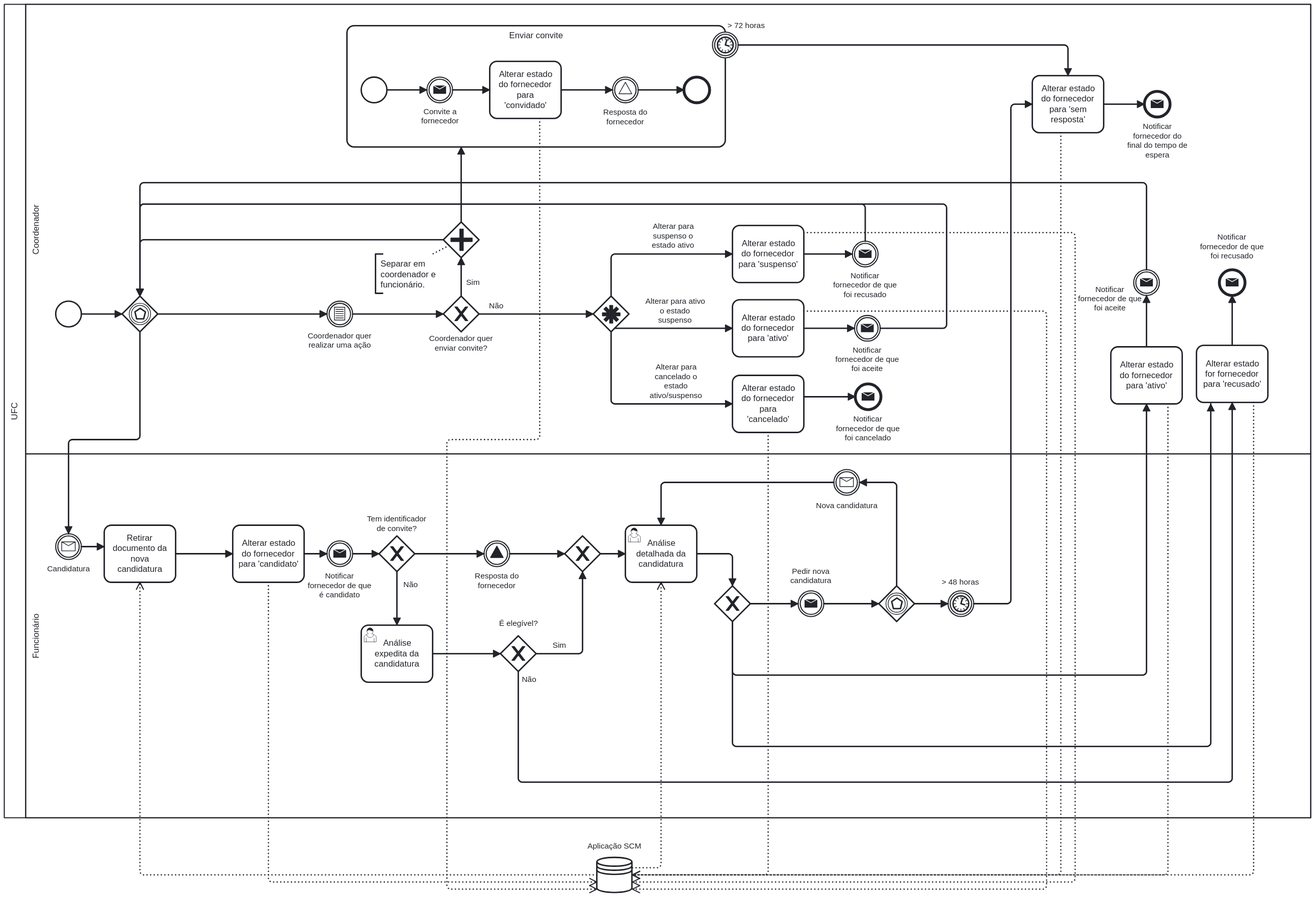
Above: reports/assets/p1.svg in iquelli/SuperShop-AMS (BPMN), before the change. Its source is kept beside it as models/P1.bpmn. Ids are renumbered.
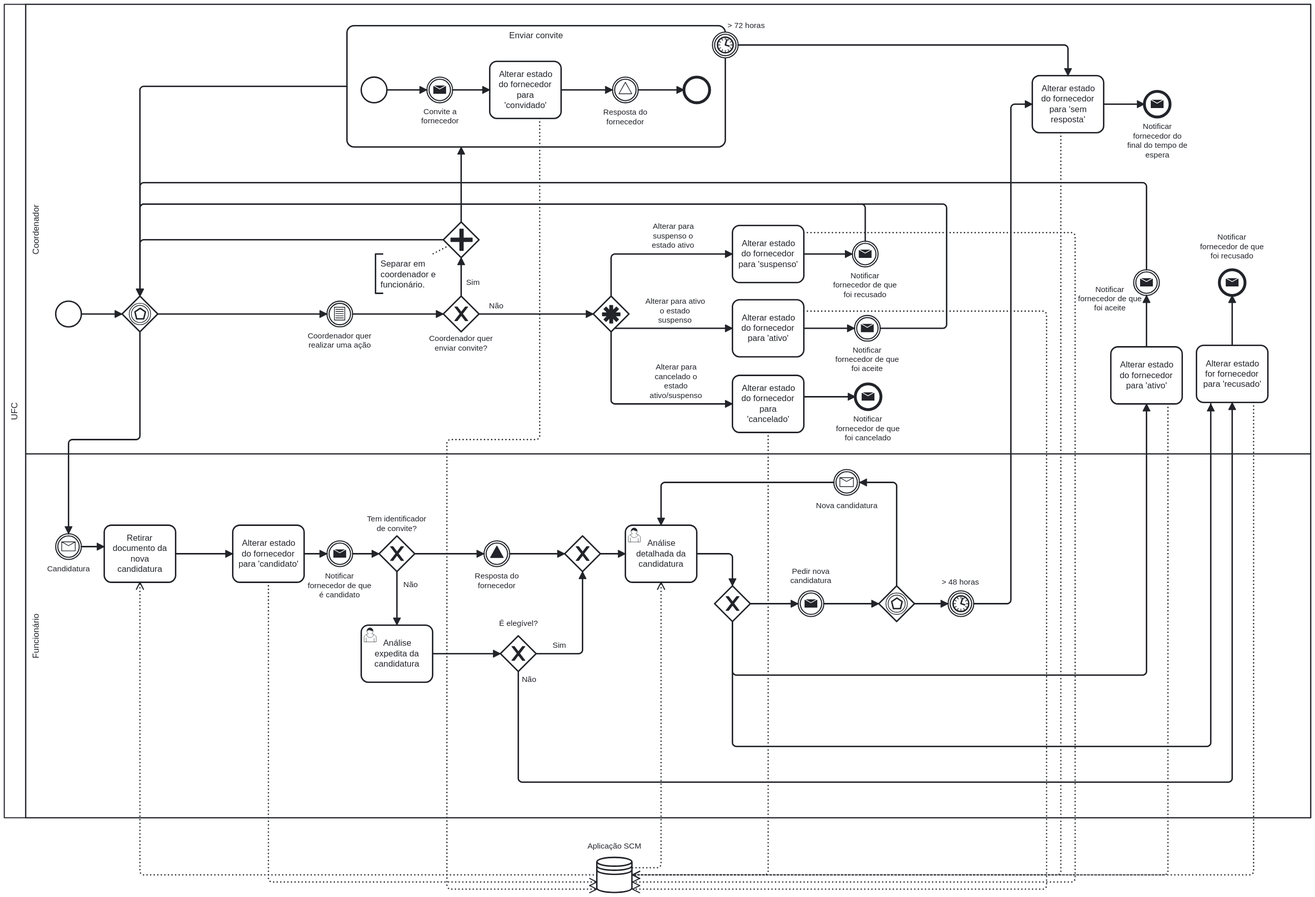
After the change.

Diff of the diagram source:
```diff
@@ -167,6 +167,7 @@
     </bpmn:task>
     <bpmn:subProcess id="Activity_n22" name="Enviar convite">
       <bpmn:incoming>Flow_n88</bpmn:incoming>
+      <bpmn:outgoing>Flow_n127</bpmn:outgoing>
       <bpmn:startEvent id="Event_n89">
         <bpmn:outgoing>Flow_n90</bpmn:outgoing>
       </bpmn:startEvent>
@@ -296,6 +297,7 @@
       <bpmn:incoming>Flow_n110</bpmn:incoming>
       <bpmn:incoming>Flow_n116</bpmn:incoming>
       <bpmn:incoming>Flow_n121</bpmn:incoming>
+      <bpmn:incoming>Flow_n127</bpmn:incoming>
       <bpmn:outgoing>Flow_n82</bpmn:outgoing>
       <bpmn:outgoing>Flow_n74</bpmn:outgoing>
     </bpmn:eventBasedGateway>
@@ -312,6 +314,7 @@
       <bpmn:outgoing>Flow_n113</bpmn:outgoing>
       <bpmn:outgoing>Flow_n52</bpmn:outgoing>
     </bpmn:exclusiveGateway>
+    <bpmn:sequenceFlow id="Flow_n127" sourceRef="Activity_n22" targetRef="Gateway_n25" />
     <bpmn:textAnnotation id="TextAnnotation_n122">
       <bpmn:text>Separar em coordenador e funcionário.</bpmn:text>
     </bpmn:textAnnotation>
@@ -331,10 +334,6 @@
         <dc:Bounds x="190" y="100" width="1800" height="630" />
         <bpmndi:BPMNLabel />
       </bpmndi:BPMNShape>
-      <bpmndi:BPMNShape id="TextAnnotation_n122_di" bpmnElement="TextAnnotation_n122">
-        <dc:Bounds x="680" y="450" width="100" height="55" />
-        <bpmndi:BPMNLabel />
-      </bpmndi:BPMNShape>
       <bpmndi:BPMNShape id="Gateway_n28_di" bpmnElement="Gateway_n28" isMarkerVisible="true">
         <dc:Bounds x="685" y="845" width="50" height="50" />
         <bpmndi:BPMNLabel>
@@ -534,10 +533,10 @@
           <dc:Bounds x="852.5" y="961" width="55" height="14" />
         </bpmndi:BPMNLabel>
       </bpmndi:BPMNShape>
-      <bpmndi:BPMNEdge id="Association_n123_di" bpmnElement="Association_n123">
-        <di:waypoint x="783" y="438" />
-        <di:waypoint x="760" y="450" />
-      </bpmndi:BPMNEdge>
+      <bpmndi:BPMNShape id="TextAnnotation_n122_di" bpmnElement="TextAnnotation_n122">
+        <dc:Bounds x="680" y="450" width="100" height="55" />
+        <bpmndi:BPMNLabel />
+      </bpmndi:BPMNShape>
       <bpmndi:BPMNShape id="Event_0krmzdb_di" bpmnElement="Event_n23">
         <dc:Bounds x="1152" y="139" width="36" height="36" />
         <bpmndi:BPMNLabel>
@@ -757,6 +756,15 @@
           <dc:Bounds x="928" y="992" width="19" height="14" />
         </bpmndi:BPMNLabel>
       </bpmndi:BPMNEdge>
+      <bpmndi:BPMNEdge id="Association_n123_di" bpmnElement="Association_n123">
+        <di:waypoint x="783" y="438" />
+        <di:waypoint x="760" y="450" />
+      </bpmndi:BPMNEdge>
+      <bpmndi:BPMNEdge id="Flow_n127_di" bpmnElement="Flow_n127">
+        <di:waypoint x="640" y="215" />
+        <di:waypoint x="350" y="215" />
+        <di:waypoint x="350" y="509" />
+      </bpmndi:BPMNEdge>
       <bpmndi:BPMNShape id="DataStoreReference_n43_di" bpmnElement="DataStoreReference_n43">
         <dc:Bounds x="990" y="1295" width="50" height="50" />
         <bpmndi:BPMNLabel>
```
